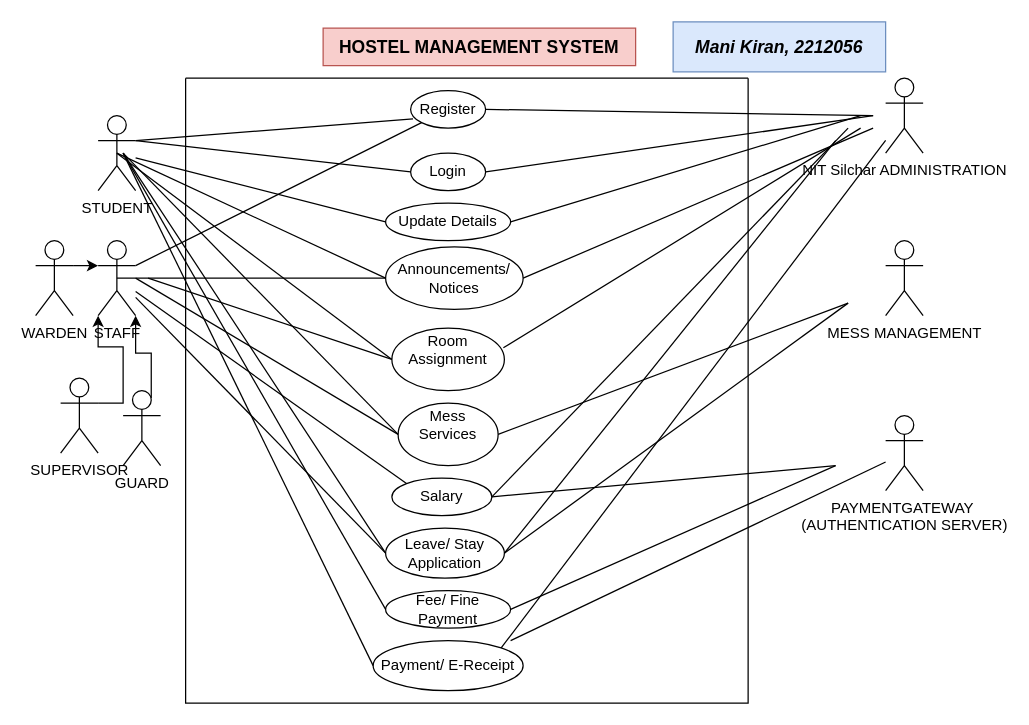
The draw.io diagram Untitled Diagram.drawio in manikiran949/Use-Case-Diagrams, before the edit. Source tidied: cells renumbered, new cells numbered last; positions are measured from the earlier drawing's top-left corner, leaving out a move shared by most shapes. Both pictures are drawn from the tidied source at 125%, with x=0, y=0 at pixel (35, 21).
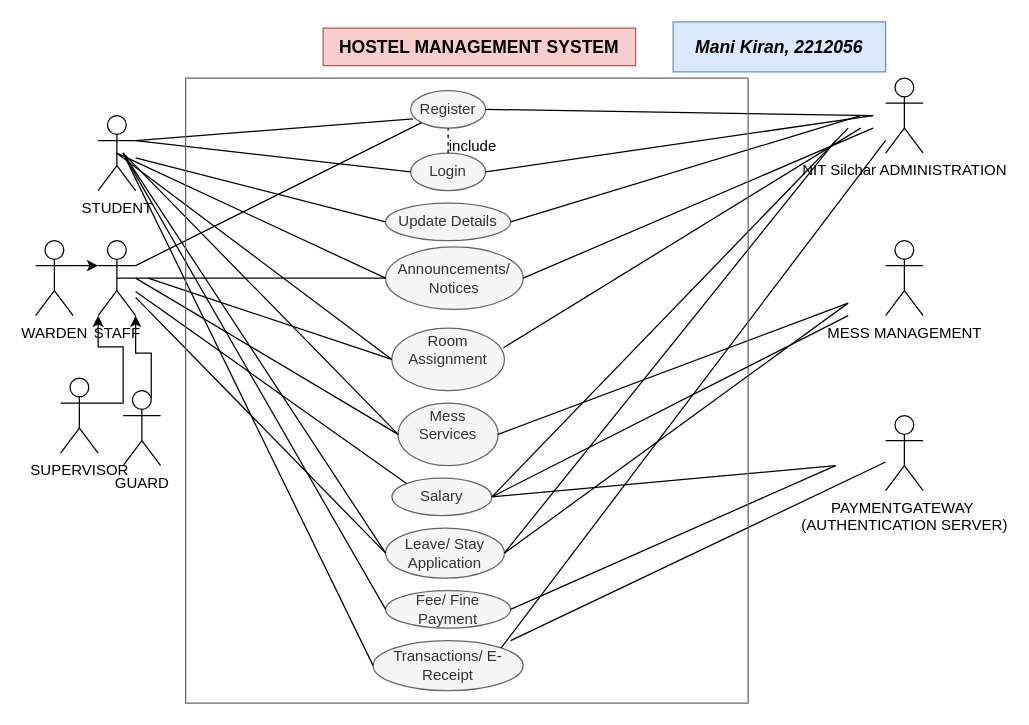
The same diagram, later.

Diff of the diagram source:
```diff
@@
-    <mxCell id="14" value="Register" style="ellipse;whiteSpace=wrap;html=1;" parent="1" vertex="1">
+    <mxCell id="14" value="Register" style="ellipse;whiteSpace=wrap;html=1;fillColor=#f5f5f5;fontColor=#333333;strokeColor=#666666;" parent="1" vertex="1">
       <mxGeometry x="300" y="55" width="60" height="30" as="geometry" />
     </mxCell>
@@
-    <mxCell id="17" value="Login" style="ellipse;whiteSpace=wrap;html=1;" parent="1" vertex="1">
+    <mxCell id="17" value="Login" style="ellipse;whiteSpace=wrap;html=1;fillColor=#f5f5f5;fontColor=#333333;strokeColor=#666666;" parent="1" vertex="1">
       <mxGeometry x="300" y="105" width="60" height="30" as="geometry" />
     </mxCell>
@@
-    <mxCell id="21" value="Update Details" style="ellipse;whiteSpace=wrap;html=1;" parent="1" vertex="1">
+    <mxCell id="21" value="Update Details" style="ellipse;whiteSpace=wrap;html=1;fillColor=#f5f5f5;fontColor=#333333;strokeColor=#666666;" parent="1" vertex="1">
       <mxGeometry x="280" y="145" width="100" height="30" as="geometry" />
     </mxCell>
@@
-    <mxCell id="24" value="Announcements/ Notices" style="ellipse;whiteSpace=wrap;html=1;" parent="1" vertex="1">
+    <mxCell id="24" value="Announcements/ Notices" style="ellipse;whiteSpace=wrap;html=1;fillColor=#f5f5f5;fontColor=#333333;strokeColor=#666666;" parent="1" vertex="1">
       <mxGeometry x="280" y="180" width="110" height="50" as="geometry" />
     </mxCell>
@@
-    <mxCell id="28" value="&#10;Room Assignment&#10;&#10;" style="ellipse;whiteSpace=wrap;html=1;" parent="1" vertex="1">
+    <mxCell id="28" value="&#10;Room Assignment&#10;&#10;" style="ellipse;whiteSpace=wrap;html=1;fillColor=#f5f5f5;fontColor=#333333;strokeColor=#666666;" parent="1" vertex="1">
       <mxGeometry x="285" y="245" width="90" height="50" as="geometry" />
     </mxCell>
@@
-    <mxCell id="32" value="Mess Services&lt;div&gt;&lt;br&gt;&lt;/div&gt;" style="ellipse;whiteSpace=wrap;html=1;" parent="1" vertex="1">
+    <mxCell id="32" value="Mess Services&lt;div&gt;&lt;br&gt;&lt;/div&gt;" style="ellipse;whiteSpace=wrap;html=1;fillColor=#f5f5f5;fontColor=#333333;strokeColor=#666666;" parent="1" vertex="1">
       <mxGeometry x="290" y="305" width="80" height="50" as="geometry" />
     </mxCell>
@@
-    <mxCell id="36" value="Salary" style="ellipse;whiteSpace=wrap;html=1;" parent="1" vertex="1">
+    <mxCell id="36" value="Salary" style="ellipse;whiteSpace=wrap;html=1;fillColor=#f5f5f5;fontColor=#333333;strokeColor=#666666;" parent="1" vertex="1">
       <mxGeometry x="285" y="365" width="80" height="30" as="geometry" />
     </mxCell>
@@
-    <mxCell id="40" value="Leave/ Stay Application" style="ellipse;whiteSpace=wrap;html=1;" parent="1" vertex="1">
+    <mxCell id="40" value="Leave/ Stay Application" style="ellipse;whiteSpace=wrap;html=1;fillColor=#f5f5f5;fontColor=#333333;strokeColor=#666666;" parent="1" vertex="1">
       <mxGeometry x="280" y="405" width="95" height="40" as="geometry" />
     </mxCell>
@@
-    <mxCell id="45" value="Fee/ Fine Payment" style="ellipse;whiteSpace=wrap;html=1;" parent="1" vertex="1">
+    <mxCell id="45" value="Fee/ Fine Payment" style="ellipse;whiteSpace=wrap;html=1;fillColor=#f5f5f5;fontColor=#333333;strokeColor=#666666;" parent="1" vertex="1">
       <mxGeometry x="280" y="455" width="100" height="30" as="geometry" />
     </mxCell>
@@
-    <mxCell id="48" value="Payment/ E-Receipt" style="ellipse;whiteSpace=wrap;html=1;" parent="1" vertex="1">
+    <mxCell id="48" value="Transactions/ E-Receipt" style="ellipse;whiteSpace=wrap;html=1;fillColor=#f5f5f5;fontColor=#333333;strokeColor=#666666;" parent="1" vertex="1">
       <mxGeometry x="270" y="495" width="120" height="40" as="geometry" />
     </mxCell>
@@
-    <mxCell id="53" style="swimlane;startSize=0;" parent="1" vertex="1">
+    <mxCell id="53" style="swimlane;startSize=0;fillColor=#f5f5f5;fontColor=#333333;strokeColor=#666666;" parent="1" vertex="1">
       <mxGeometry x="120" y="45" width="450" height="500" as="geometry" />
     </mxCell>
+    <mxCell id="54" value="include" style="text;html=1;align=center;verticalAlign=middle;whiteSpace=wrap;rounded=0;" parent="53" vertex="1">
+      <mxGeometry x="200" y="40" width="60" height="30" as="geometry" />
+    </mxCell>
+    <mxCell id="55" style="endArrow=none;dashed=1;html=1;rounded=0;entryX=0.5;entryY=1;entryDx=0;entryDy=0;" parent="1" edge="1" target="14">
+      <mxGeometry relative="1" as="geometry">
+        <mxPoint x="330" y="105" as="sourcePoint" />
+      </mxGeometry>
+    </mxCell>
+    <mxCell id="56" style="endArrow=none;html=1;rounded=0;exitX=1;exitY=0.5;exitDx=0;exitDy=0;" parent="1" edge="1" source="36">
+      <mxGeometry relative="1" as="geometry">
+        <mxPoint x="650" y="235" as="targetPoint" />
+      </mxGeometry>
+    </mxCell>
```
